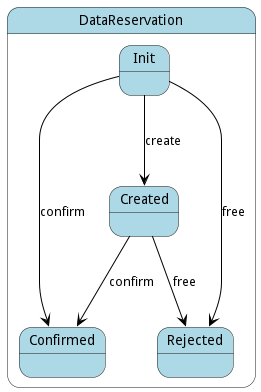
Earlier version of the PlantUML export docs/edgemere/diml/dml/do/models/datareservation/statenet.png (madajaju/edgemere). The source it was exported from:
```plantuml
@startuml



state DataReservation #lightblue {

    state Init #lightblue {
    }

    state Created #lightblue {
    }

    state Confirmed #lightblue {
    }

    state Rejected #lightblue {
    }




Init -[#black]--> Created : create

Init -[#black]--> Confirmed : confirm

Init -[#black]--> Rejected : free

Created -[#black]--> Confirmed : confirm

Created -[#black]--> Rejected : free

}


@enduml
```
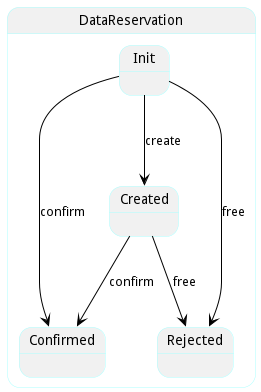
The same diagram one commit later.

Diff of the diagram source:
```diff
@@ -2,18 +2,18 @@
 
 
 
-state DataReservation #lightblue {
+state DataReservation ##aaffff {
 
-    state Init #lightblue {
+    state Init ##aaffff {
     }
 
-    state Created #lightblue {
+    state Created ##aaffff {
     }
 
-    state Confirmed #lightblue {
+    state Confirmed ##aaffff {
     }
 
-    state Rejected #lightblue {
+    state Rejected ##aaffff {
     }
 
 
```
